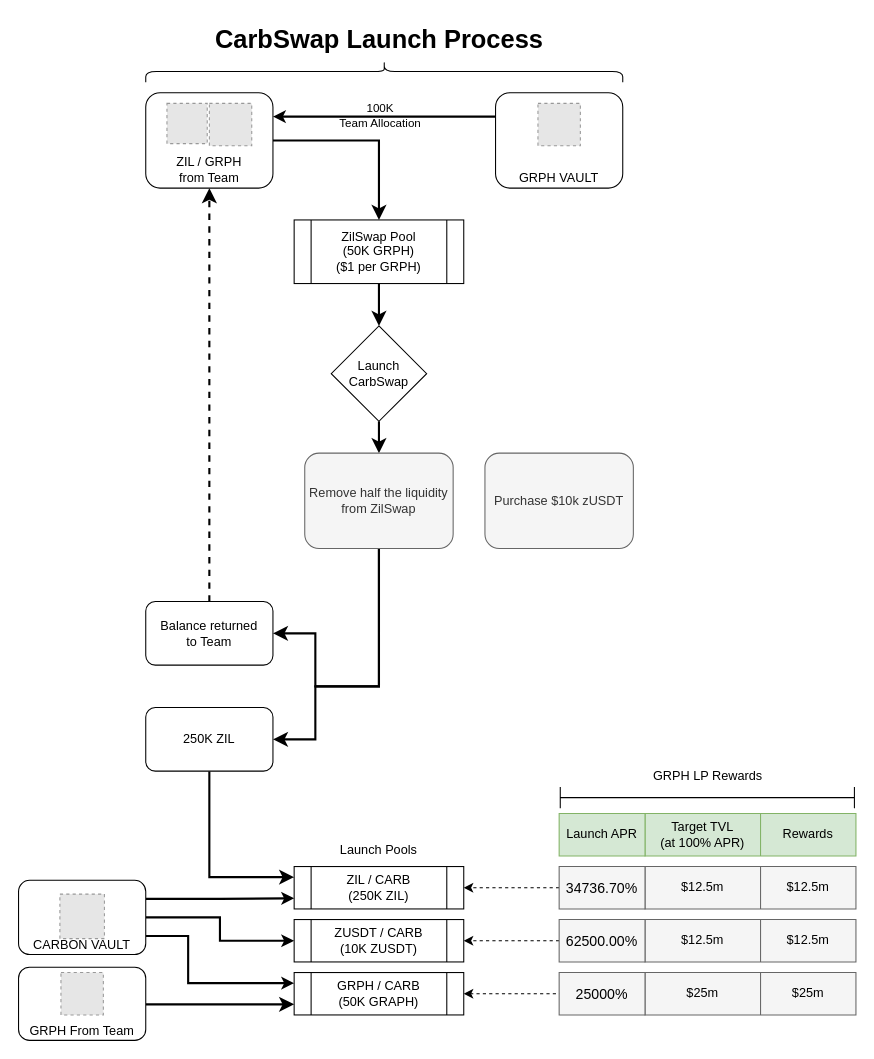
This is carbswapflow.drawio from Carbon-Labs/Diagrams, a draw.io file, before an edit. Source tidied: cells renumbered, new cells numbered last; positions are measured from the earlier drawing's top-left corner, leaving out a move shared by most shapes. Both pictures are drawn from the tidied source at 106%, with x=0, y=0 at pixel (18, -167). Pictures stored in the file or linked from it are replaced by grey dashed boxes.
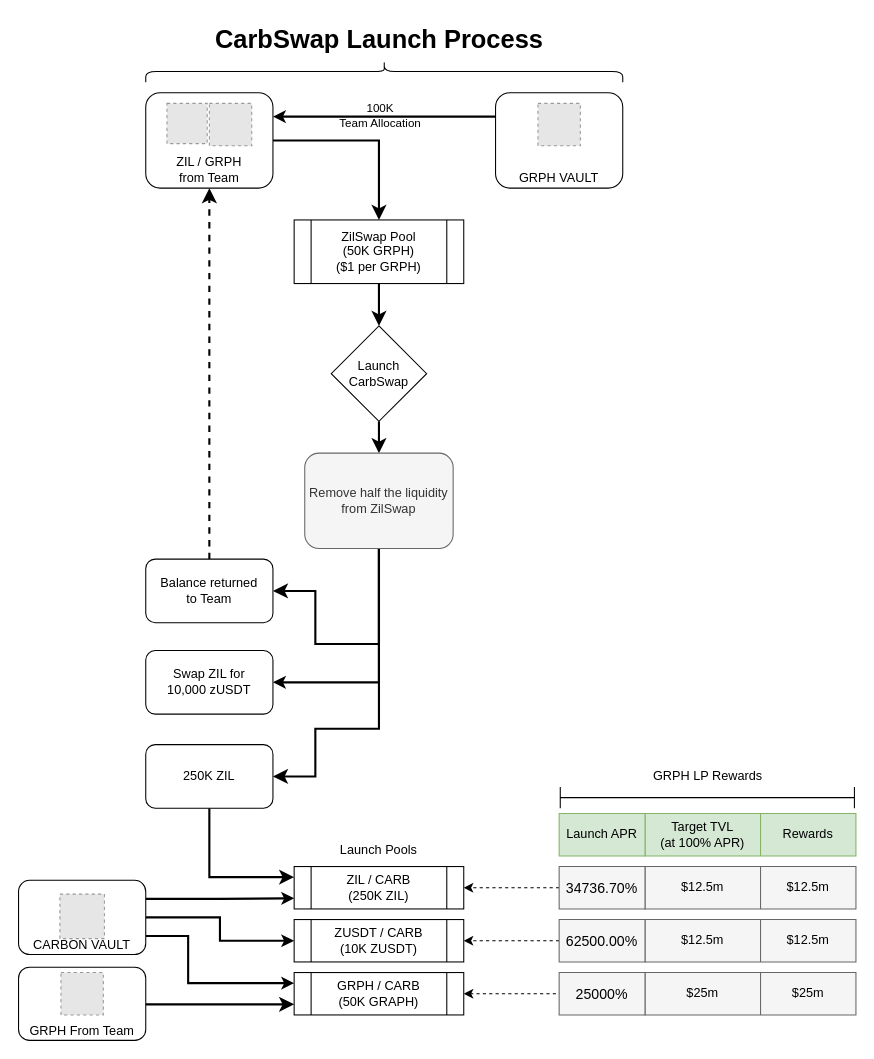
After the change.

Unchanged cells that the change refers to:
```xml
<mxCell id="14" value="Remove half the liquidity&lt;br&gt;from ZilSwap" style="rounded=1;whiteSpace=wrap;html=1;verticalAlign=middle;fillColor=#f5f5f5;fontColor=#333333;strokeColor=#666666;" parent="1" vertex="1">
  <mxGeometry x="270" y="585" width="140" height="90" as="geometry" />
</mxCell>
```

What changed in the source:
```diff
@@
     <mxCell id="12" style="edgeStyle=orthogonalEdgeStyle;rounded=0;jettySize=auto;html=1;exitX=0.5;exitY=1;exitDx=0;exitDy=0;entryX=1;entryY=0.5;entryDx=0;entryDy=0;endArrow=classic;endFill=1;endSize=8;strokeWidth=2;" parent="1" edge="1" source="14" target="16">
       <mxGeometry relative="1" as="geometry">
         <Array as="points">
-          <mxPoint x="340" y="805" />
-          <mxPoint x="280" y="805" />
-          <mxPoint x="280" y="755" />
+          <mxPoint x="340" y="765" />
+          <mxPoint x="280" y="765" />
+          <mxPoint x="280" y="715" />
         </Array>
       </mxGeometry>
     </mxCell>
     <mxCell id="13" style="edgeStyle=orthogonalEdgeStyle;rounded=0;jettySize=auto;html=1;exitX=0.5;exitY=1;exitDx=0;exitDy=0;entryX=1;entryY=0.5;entryDx=0;entryDy=0;endArrow=classic;endFill=1;endSize=8;strokeWidth=2;" parent="1" edge="1" source="14" target="18">
       <mxGeometry relative="1" as="geometry">
         <Array as="points">
-          <mxPoint x="340" y="805" />
-          <mxPoint x="280" y="805" />
-          <mxPoint x="280" y="855" />
+          <mxPoint x="340" y="845" />
+          <mxPoint x="280" y="845" />
+          <mxPoint x="280" y="890" />
         </Array>
       </mxGeometry>
     </mxCell>
+    <mxCell id="73" style="edgeStyle=orthogonalEdgeStyle;rounded=0;jettySize=auto;html=1;exitX=0.5;exitY=1;exitDx=0;exitDy=0;entryX=1;entryY=0.5;entryDx=0;entryDy=0;endArrow=classic;endFill=1;strokeColor=default;strokeWidth=2;" parent="1" edge="1" source="14" target="74">
+      <mxGeometry relative="1" as="geometry">
+        <Array as="points">
+          <mxPoint x="340" y="801" />
+        </Array>
+      </mxGeometry>
+    </mxCell>
@@
     <mxCell id="16" value="Balance returned&lt;br&gt;to Team" style="rounded=1;whiteSpace=wrap;html=1;verticalAlign=middle;" parent="1" vertex="1">
-      <mxGeometry x="120" y="725" width="120" height="60" as="geometry" />
+      <mxGeometry x="120" y="685" width="120" height="60" as="geometry" />
     </mxCell>
@@
     <mxCell id="18" value="250K ZIL" style="rounded=1;whiteSpace=wrap;html=1;verticalAlign=middle;" parent="1" vertex="1">
-      <mxGeometry x="120" y="825" width="120" height="60" as="geometry" />
+      <mxGeometry x="120" y="860" width="120" height="60" as="geometry" />
     </mxCell>
@@
-    <mxCell id="72" value="Purchase $10k zUSDT" style="rounded=1;whiteSpace=wrap;html=1;verticalAlign=middle;fillColor=#f5f5f5;fontColor=#333333;strokeColor=#666666;" parent="1" vertex="1">
-      <mxGeometry x="440" y="585" width="140" height="90" as="geometry" />
-    </mxCell>
+    <mxCell id="74" value="Swap ZIL for&lt;br&gt;10,000 zUSDT" style="rounded=1;whiteSpace=wrap;html=1;verticalAlign=middle;" parent="1" vertex="1">
+      <mxGeometry x="120" y="771.2" width="120" height="60" as="geometry" />
+    </mxCell>
```
